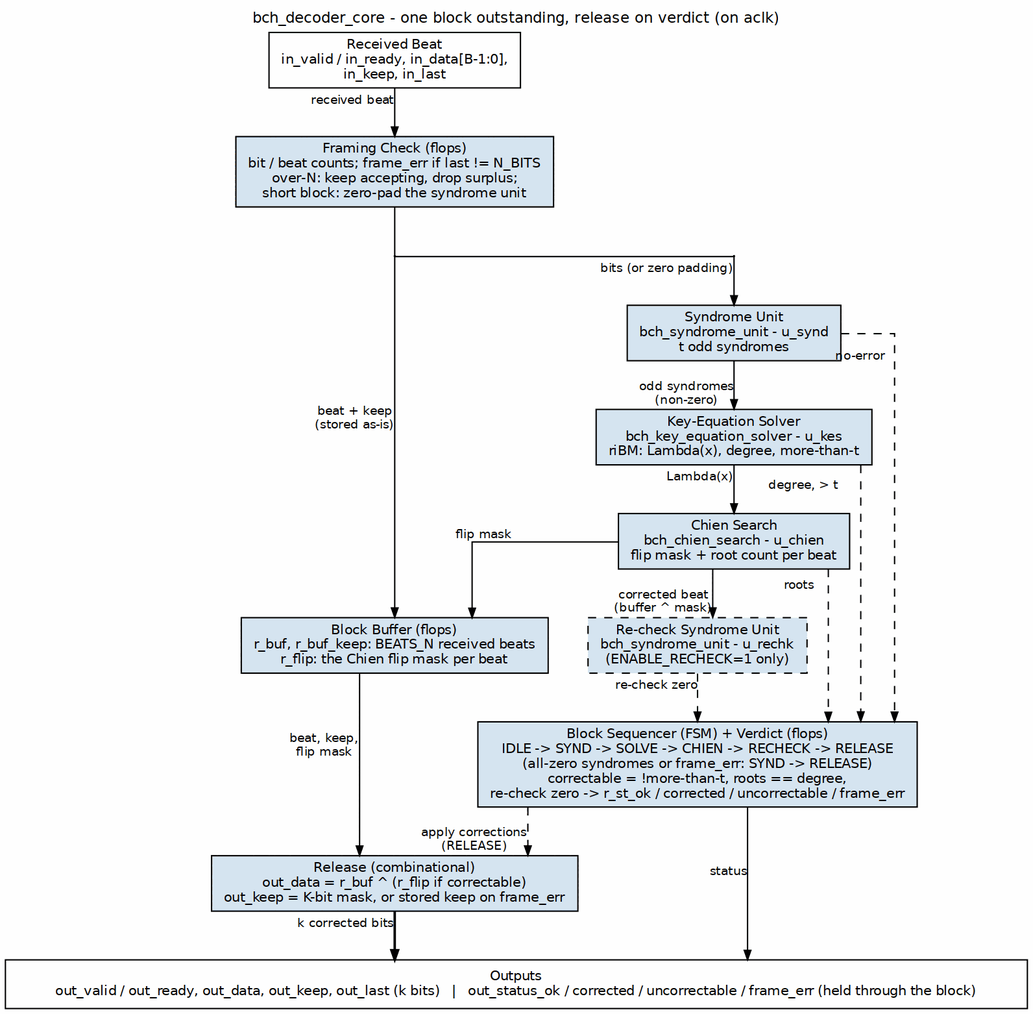
Before: projects/components/ecc-ip/bch/docs/bch_mas/assets/graphviz/bch_decoder_core.png, a diagram exported from Graphviz (sean-galloway/RTLDesignSherpa). Its source is kept beside it as projects/components/ecc-ip/bch/docs/bch_mas/assets/graphviz/bch_decoder_core.dot. Its diagram source:
```dot
digraph bch_decoder_core {
    graph [rankdir=TB, bgcolor="white", fontname="Helvetica", fontsize=11,
           nodesep="0.40", ranksep="0.50", splines=ortho, newrank=true,
           labelloc=t, labeljust=c];
    node  [fontname="Helvetica", fontsize=10, shape=box, style=filled,
           fillcolor="#D6E4F0", color="black", margin="0.12,0.06"];
    edge  [fontname="Helvetica", fontsize=9, color="black", arrowsize=0.7];
    label="bch_decoder_core - one block outstanding, release on verdict (on aclk)";

    in    [label="Received Beat\nin_valid / in_ready, in_data[B-1:0],\nin_keep, in_last", fillcolor="white", group=C];

    frm   [label="Framing Check (flops)\nbit / beat counts; frame_err if last != N_BITS\nover-N: keep accepting, drop surplus;\nshort block: zero-pad the syndrome unit", group=C];
    p_s   [shape=point, width=0.01, group=C];
    p_b   [shape=point, width=0.01, group=B];
    synd  [label="Syndrome Unit\nbch_syndrome_unit - u_synd\nt odd syndromes", group=C];
    kes   [label="Key-Equation Solver\nbch_key_equation_solver - u_kes\nriBM: Lambda(x), degree, more-than-t", group=C];
    chien [label="Chien Search\nbch_chien_search - u_chien\nflip mask + root count per beat", group=C];
    buf   [label="Block Buffer (flops)\nr_buf, r_buf_keep: BEATS_N received beats\nr_flip: the Chien flip mask per beat", group=B];
    rchk  [label="Re-check Syndrome Unit\nbch_syndrome_unit - u_rechk\n(ENABLE_RECHECK=1 only)", style="filled,dashed", group=V];
    seq   [label="Block Sequencer (FSM) + Verdict (flops)\nIDLE -> SYND -> SOLVE -> CHIEN -> RECHECK -> RELEASE\n(all-zero syndromes or frame_err: SYND -> RELEASE)\ncorrectable = !more-than-t, roots == degree,\nre-check zero -> r_st_ok / corrected / uncorrectable / frame_err", group=V];
    rel   [label="Release (combinational)\nout_data = r_buf ^ (r_flip if correctable)\nout_keep = K-bit mask, or stored keep on frame_err", group=B];

    bar   [label="Outputs\nout_valid / out_ready, out_data, out_keep, out_last (k bits)   |   out_status_ok / corrected / uncorrectable / frame_err (held through the block)",
           fillcolor="white", width=10.5];

    in    -> frm   [xlabel="received beat"];
    frm   -> p_b   [arrowhead=none, headclip=false];
    p_b   -> p_s   [dir=none, tailclip=false, headclip=false];
    p_s   -> synd  [tailclip=false, xlabel="bits (or zero padding)"];
    p_b   -> buf   [tailclip=false, xlabel="beat + keep\n(stored as-is)"];
    synd  -> kes   [xlabel="odd syndromes\n(non-zero)"];
    kes   -> chien [xlabel="Lambda(x)"];
    chien -> buf   [xlabel="flip mask"];
    chien -> rchk  [xlabel="corrected beat\n(buffer ^ mask)"];
    buf   -> rel   [xlabel="beat, keep,\nflip mask"];
    rel   -> bar   [xlabel="k corrected bits", penwidth=1.8];

    synd  -> seq   [style=dashed, taillabel="no-error", labelangle=-50, labeldistance=2.2];
    kes   -> seq   [style=dashed, taillabel="degree, > t", labelangle=-70, labeldistance=4.5];
    chien -> seq   [style=dashed, taillabel="roots", labelangle=-60, labeldistance=2.5];
    rchk  -> seq   [style=dashed, xlabel="re-check zero"];
    seq   -> rel   [style=dashed, xlabel="apply corrections\n(RELEASE)"];
    seq   -> bar   [xlabel="status"];

    { rank=same; p_s; p_b; }
    { rank=same; buf; rchk; }
    buf -> rchk [style=invis];
}
```
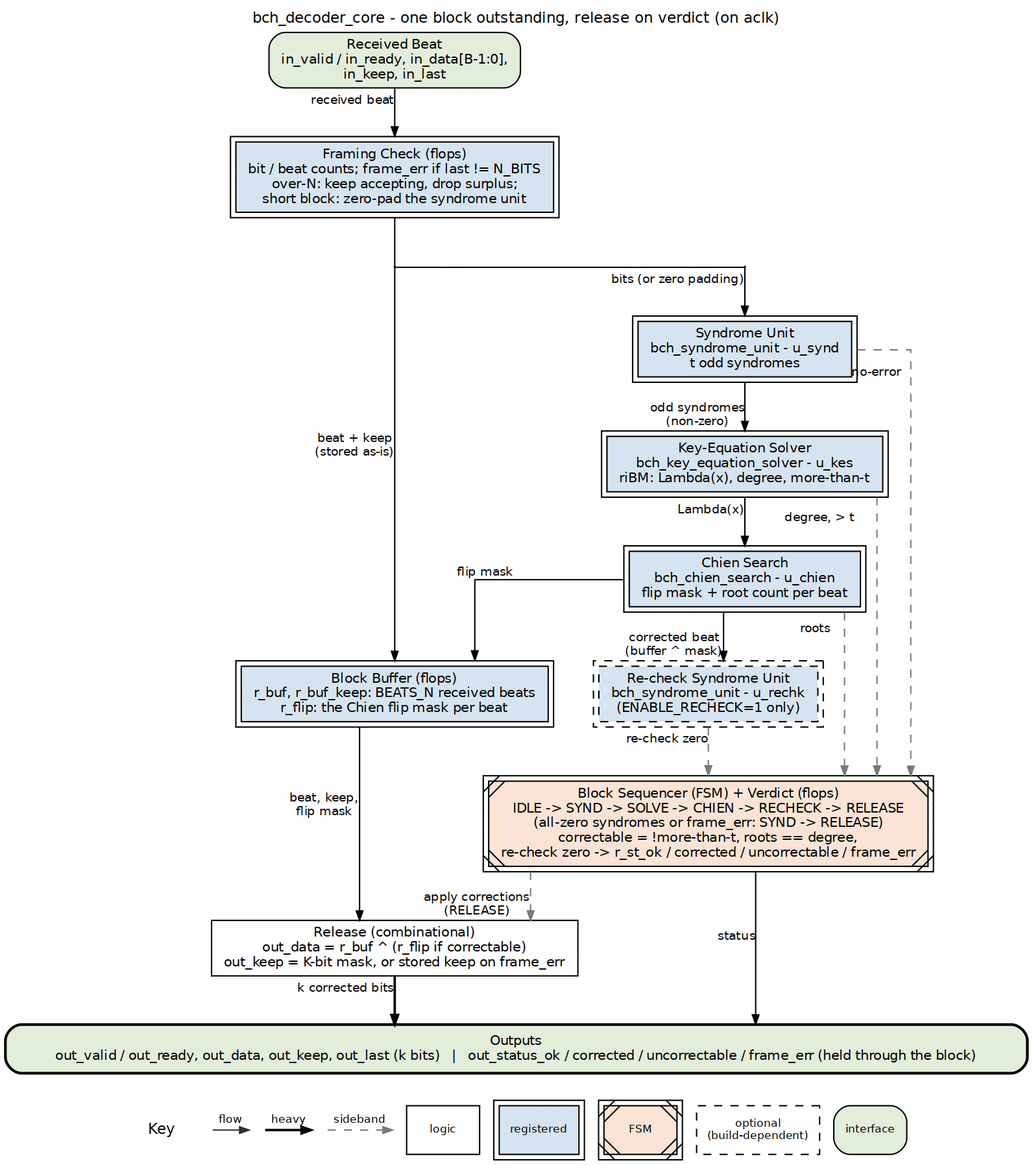
After the change.

Change to the diagram source:
```diff
@@ -3,25 +3,25 @@
            nodesep="0.40", ranksep="0.50", splines=ortho, newrank=true,
            labelloc=t, labeljust=c];
     node  [fontname="Helvetica", fontsize=10, shape=box, style=filled,
-           fillcolor="#D6E4F0", color="black", margin="0.12,0.06"];
+           fillcolor="white", color="black", margin="0.12,0.06"];
     edge  [fontname="Helvetica", fontsize=9, color="black", arrowsize=0.7];
     label="bch_decoder_core - one block outstanding, release on verdict (on aclk)";
 
-    in    [label="Received Beat\nin_valid / in_ready, in_data[B-1:0],\nin_keep, in_last", fillcolor="white", group=C];
+    in    [label="Received Beat\nin_valid / in_ready, in_data[B-1:0],\nin_keep, in_last", fillcolor="white", group=C, style="rounded,filled", fillcolor="#E2EFDA"];
 
-    frm   [label="Framing Check (flops)\nbit / beat counts; frame_err if last != N_BITS\nover-N: keep accepting, drop surplus;\nshort block: zero-pad the syndrome unit", group=C];
+    frm   [label="Framing Check (flops)\nbit / beat counts; frame_err if last != N_BITS\nover-N: keep accepting, drop surplus;\nshort block: zero-pad the syndrome unit", group=C, peripheries=2, style="filled", fillcolor="#D6E4F0"];
     p_s   [shape=point, width=0.01, group=C];
     p_b   [shape=point, width=0.01, group=B];
-    synd  [label="Syndrome Unit\nbch_syndrome_unit - u_synd\nt odd syndromes", group=C];
-    kes   [label="Key-Equation Solver\nbch_key_equation_solver - u_kes\nriBM: Lambda(x), degree, more-than-t", group=C];
-    chien [label="Chien Search\nbch_chien_search - u_chien\nflip mask + root count per beat", group=C];
-    buf   [label="Block Buffer (flops)\nr_buf, r_buf_keep: BEATS_N received beats\nr_flip: the Chien flip mask per beat", group=B];
-    rchk  [label="Re-check Syndrome Unit\nbch_syndrome_unit - u_rechk\n(ENABLE_RECHECK=1 only)", style="filled,dashed", group=V];
-    seq   [label="Block Sequencer (FSM) + Verdict (flops)\nIDLE -> SYND -> SOLVE -> CHIEN -> RECHECK -> RELEASE\n(all-zero syndromes or frame_err: SYND -> RELEASE)\ncorrectable = !more-than-t, roots == degree,\nre-check zero -> r_st_ok / corrected / uncorrectable / frame_err", group=V];
-    rel   [label="Release (combinational)\nout_data = r_buf ^ (r_flip if correctable)\nout_keep = K-bit mask, or stored keep on frame_err", group=B];
+    synd  [label="Syndrome Unit\nbch_syndrome_unit - u_synd\nt odd syndromes", group=C, peripheries=2, style="filled", fillcolor="#D6E4F0"];
+    kes   [label="Key-Equation Solver\nbch_key_equation_solver - u_kes\nriBM: Lambda(x), degree, more-than-t", group=C, peripheries=2, style="filled", fillcolor="#D6E4F0"];
+    chien [label="Chien Search\nbch_chien_search - u_chien\nflip mask + root count per beat", group=C, peripheries=2, style="filled", fillcolor="#D6E4F0"];
+    buf   [label="Block Buffer (flops)\nr_buf, r_buf_keep: BEATS_N received beats\nr_flip: the Chien flip mask per beat", group=B, peripheries=2, style="filled", fillcolor="#D6E4F0"];
+    rchk  [label="Re-check Syndrome Unit\nbch_syndrome_unit - u_rechk\n(ENABLE_RECHECK=1 only)", style="filled,dashed", group=V, peripheries=2, style="filled,dashed", fillcolor="#D6E4F0"];
+    seq   [label="Block Sequencer (FSM) + Verdict (flops)\nIDLE -> SYND -> SOLVE -> CHIEN -> RECHECK -> RELEASE\n(all-zero syndromes or frame_err: SYND -> RELEASE)\ncorrectable = !more-than-t, roots == degree,\nre-check zero -> r_st_ok / corrected / uncorrectable / frame_err", group=V, peripheries=2, style="filled,diagonals", fillcolor="#FCE4D6"];
+    rel   [label="Release (combinational)\nout_data = r_buf ^ (r_flip if correctable)\nout_keep = K-bit mask, or stored keep on frame_err", group=B, style="filled", fillcolor="white"];
 
     bar   [label="Outputs\nout_valid / out_ready, out_data, out_keep, out_last (k bits)   |   out_status_ok / corrected / uncorrectable / frame_err (held through the block)",
-           fillcolor="white", width=10.5];
+           fillcolor="white", width=10.5, style="rounded,filled,bold", fillcolor="#E2EFDA"];
 
     in    -> frm   [xlabel="received beat"];
     frm   -> p_b   [arrowhead=none, headclip=false];
@@ -35,11 +35,11 @@
     buf   -> rel   [xlabel="beat, keep,\nflip mask"];
     rel   -> bar   [xlabel="k corrected bits", penwidth=1.8];
 
-    synd  -> seq   [style=dashed, taillabel="no-error", labelangle=-50, labeldistance=2.2];
-    kes   -> seq   [style=dashed, taillabel="degree, > t", labelangle=-70, labeldistance=4.5];
-    chien -> seq   [style=dashed, taillabel="roots", labelangle=-60, labeldistance=2.5];
-    rchk  -> seq   [style=dashed, xlabel="re-check zero"];
-    seq   -> rel   [style=dashed, xlabel="apply corrections\n(RELEASE)"];
+    synd  -> seq   [style=dashed, color="#777777", taillabel="no-error", labelangle=-50, labeldistance=2.2];
+    kes   -> seq   [style=dashed, color="#777777", taillabel="degree, > t", labelangle=-70, labeldistance=4.5];
+    chien -> seq   [style=dashed, color="#777777", taillabel="roots", labelangle=-60, labeldistance=2.5];
+    rchk  -> seq   [style=dashed, color="#777777", xlabel="re-check zero"];
+    seq   -> rel   [style=dashed, color="#777777", xlabel="apply corrections\n(RELEASE)"];
     seq   -> bar   [xlabel="status"];
 
     { rank=same; p_s; p_b; }
```
